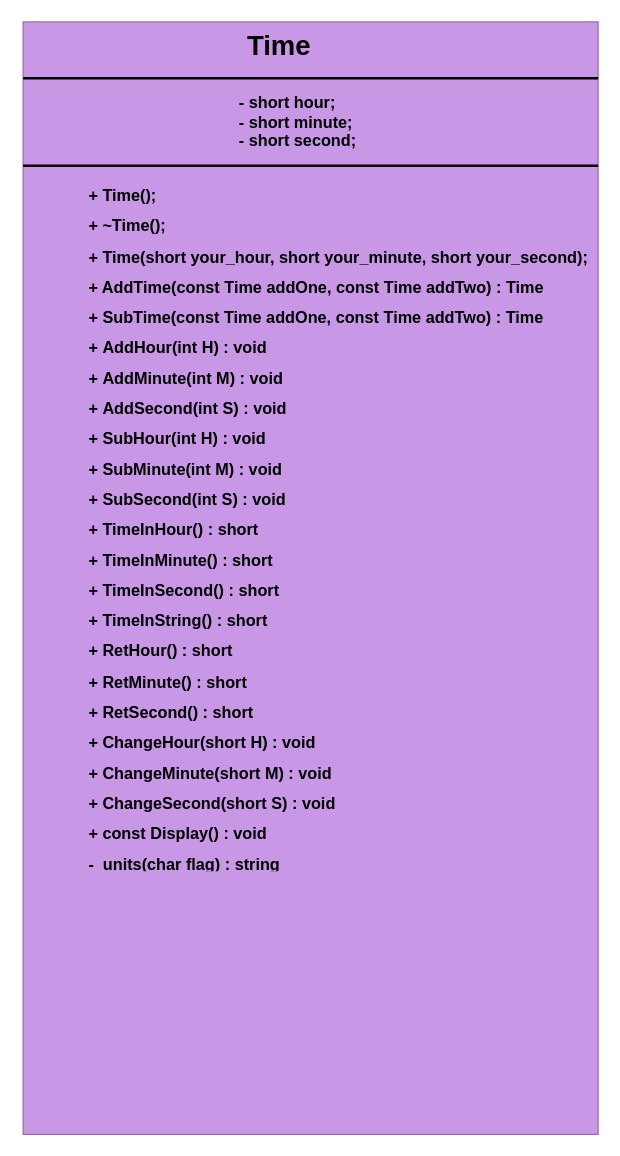
Above: ClassTime.drawio in MAXXXYMIRON/OOP_first_task (draw.io), before the change. Source tidied: cells renumbered, new cells numbered last; positions are measured from the earlier drawing's top-left corner, leaving out a move shared by most shapes. Both pictures are drawn from the tidied source at 125%, with x=0, y=0 at pixel (22, 21).
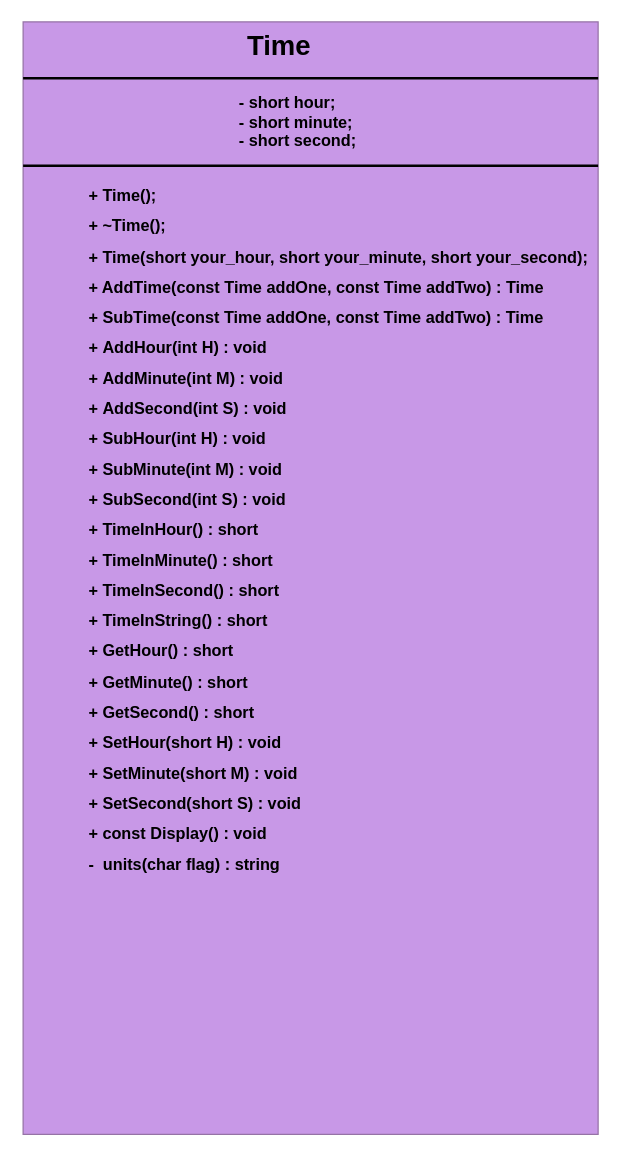
The same diagram, later.

The edit, as a diff of the source:
```diff
@@
 <mxGraphModel>
   <root>
     <mxCell id="0" />
     <mxCell id="1" parent="0" />
     <mxCell id="2" style="whiteSpace=wrap;html=1;fillColor=#C898E7;strokeColor=#9673a6;" parent="1" vertex="1">
       <mxGeometry width="460" height="890" as="geometry" />
     </mxCell>
     <mxCell id="3" style="line;strokeWidth=2;html=1;" parent="1" vertex="1">
       <mxGeometry y="40" width="460" height="10" as="geometry" />
     </mxCell>
     <mxCell id="4" style="line;strokeWidth=2;html=1;" parent="1" vertex="1">
       <mxGeometry y="110" width="460" height="10" as="geometry" />
     </mxCell>
     <mxCell id="5" value="&lt;b&gt;&lt;font style=&quot;font-size: 22px&quot;&gt;Time&lt;/font&gt;&lt;/b&gt;" style="text;html=1;strokeColor=none;fillColor=none;align=center;verticalAlign=middle;whiteSpace=wrap;rounded=0;" parent="1" vertex="1">
       <mxGeometry x="125" y="10" width="160" height="20" as="geometry" />
     </mxCell>
     <mxCell id="6" value="&lt;div style=&quot;text-align: justify&quot;&gt;&lt;span style=&quot;font-size: 13px&quot;&gt;&lt;b&gt;&lt;span style=&quot;white-space: pre&quot;&gt;&#9;&lt;/span&gt;- short hour;&lt;/b&gt;&lt;/span&gt;&lt;/div&gt;&lt;div style=&quot;text-align: justify&quot;&gt;&lt;span style=&quot;font-size: 13px&quot;&gt;&lt;b&gt;&lt;span style=&quot;white-space: pre&quot;&gt;&#9;&lt;/span&gt;- short minute;&lt;/b&gt;&lt;/span&gt;&lt;/div&gt;&lt;div style=&quot;text-align: justify&quot;&gt;&lt;span style=&quot;font-size: 13px&quot;&gt;&lt;b&gt;&lt;span style=&quot;white-space: pre&quot;&gt;&#9;&lt;/span&gt;- short second;&lt;/b&gt;&lt;/span&gt;&lt;/div&gt;" style="text;html=1;strokeColor=none;fillColor=none;align=center;verticalAlign=middle;whiteSpace=wrap;rounded=0;" parent="1" vertex="1">
       <mxGeometry x="102.5" y="40" width="205" height="80" as="geometry" />
     </mxCell>
-    <mxCell id="7" value="&lt;p style=&quot;line-height: 130%&quot;&gt;&lt;/p&gt;&lt;blockquote style=&quot;margin: 0 0 0 40px ; border: none ; padding: 0px&quot;&gt;&lt;h1 style=&quot;text-align: justify ; font-size: 13px&quot;&gt;+ Time();&lt;/h1&gt;&lt;h1 style=&quot;text-align: justify ; font-size: 13px&quot;&gt;+ ~Time();&lt;/h1&gt;&lt;h1 style=&quot;text-align: justify ; font-size: 13px&quot;&gt;+ Time(short your_hour, short your_minute, short your_second);&lt;/h1&gt;&lt;h1 style=&quot;text-align: justify ; font-size: 13px&quot;&gt;+ AddTime(const Time addOne, const Time addTwo) : Time&amp;nbsp;&lt;/h1&gt;&lt;h1 style=&quot;text-align: justify ; font-size: 13px&quot;&gt;+&amp;nbsp;SubTime(const Time addOne, const Time addTwo) : Time&amp;nbsp;&lt;/h1&gt;&lt;h1 style=&quot;text-align: justify ; font-size: 13px&quot;&gt;+&amp;nbsp;AddHour(int H)&amp;nbsp;: void&amp;nbsp;&lt;/h1&gt;&lt;h1 style=&quot;text-align: justify ; font-size: 13px&quot;&gt;+&amp;nbsp;AddMinute(int M)&amp;nbsp;: void&amp;nbsp;&lt;/h1&gt;&lt;h1 style=&quot;text-align: justify ; font-size: 13px&quot;&gt;+&amp;nbsp;AddSecond(int S)&amp;nbsp;: void&amp;nbsp;&lt;/h1&gt;&lt;h1 style=&quot;text-align: justify ; font-size: 13px&quot;&gt;+&amp;nbsp;SubHour(int H)&amp;nbsp;: void&amp;nbsp;&lt;/h1&gt;&lt;h1 style=&quot;text-align: justify ; font-size: 13px&quot;&gt;+&amp;nbsp;SubMinute(int M)&amp;nbsp;: void&amp;nbsp;&lt;/h1&gt;&lt;h1 style=&quot;text-align: justify ; font-size: 13px&quot;&gt;+&amp;nbsp;SubSecond(int S)&amp;nbsp;: void&amp;nbsp;&lt;/h1&gt;&lt;h1 style=&quot;text-align: justify ; font-size: 13px&quot;&gt;+&amp;nbsp;TimeInHour()&amp;nbsp;: short&lt;/h1&gt;&lt;h1 style=&quot;text-align: justify ; font-size: 13px&quot;&gt;+&amp;nbsp;TimeInMinute()&amp;nbsp;: short&lt;/h1&gt;&lt;h1 style=&quot;text-align: justify ; font-size: 13px&quot;&gt;+&amp;nbsp;TimeInSecond()&amp;nbsp;: short&lt;/h1&gt;&lt;h1 style=&quot;text-align: justify ; font-size: 13px&quot;&gt;+&amp;nbsp;TimeInString()&amp;nbsp;: short&lt;/h1&gt;&lt;h1 style=&quot;text-align: justify ; font-size: 13px&quot;&gt;+&amp;nbsp;RetHour()&amp;nbsp;: short&lt;/h1&gt;&lt;h1 style=&quot;text-align: justify ; font-size: 13px&quot;&gt;+&amp;nbsp;RetMinute()&amp;nbsp;: short&lt;/h1&gt;&lt;h1 style=&quot;text-align: justify ; font-size: 13px&quot;&gt;+&amp;nbsp;RetSecond() : short&lt;/h1&gt;&lt;h1 style=&quot;text-align: justify ; font-size: 13px&quot;&gt;+&amp;nbsp;ChangeHour(short H)&amp;nbsp;: void&amp;nbsp;&lt;/h1&gt;&lt;h1 style=&quot;text-align: justify ; font-size: 13px&quot;&gt;+&amp;nbsp;ChangeMinute(short M)&amp;nbsp;: void&amp;nbsp;&lt;/h1&gt;&lt;h1 style=&quot;text-align: justify ; font-size: 13px&quot;&gt;+&amp;nbsp;ChangeSecond(short S)&amp;nbsp;: void&amp;nbsp;&lt;/h1&gt;&lt;h1 style=&quot;text-align: justify ; font-size: 13px&quot;&gt;+&amp;nbsp;const Display() : void&lt;/h1&gt;&lt;h1 style=&quot;text-align: justify ; font-size: 13px&quot;&gt;-&amp;nbsp;&amp;nbsp;units(char flag) : string&lt;/h1&gt;&lt;h1 style=&quot;text-align: justify ; font-size: 13px&quot;&gt;&amp;nbsp;&lt;/h1&gt;&lt;h1 style=&quot;text-align: justify ; font-size: 13px&quot;&gt;&amp;nbsp;&lt;/h1&gt;&lt;/blockquote&gt;&lt;p&gt;&lt;/p&gt;" style="text;html=1;strokeColor=none;fillColor=none;spacing=5;spacingTop=-20;whiteSpace=wrap;overflow=hidden;rounded=0;align=center;" parent="1" vertex="1">
-      <mxGeometry x="5" y="130" width="455" height="550" as="geometry" />
+    <mxCell id="7" value="&lt;p style=&quot;line-height: 130%&quot;&gt;&lt;/p&gt;&lt;blockquote style=&quot;margin: 0 0 0 40px ; border: none ; padding: 0px&quot;&gt;&lt;h1 style=&quot;text-align: justify ; font-size: 13px&quot;&gt;+ Time();&lt;/h1&gt;&lt;h1 style=&quot;text-align: justify ; font-size: 13px&quot;&gt;+ ~Time();&lt;/h1&gt;&lt;h1 style=&quot;text-align: justify ; font-size: 13px&quot;&gt;+ Time(short your_hour, short your_minute, short your_second);&lt;/h1&gt;&lt;h1 style=&quot;text-align: justify ; font-size: 13px&quot;&gt;+ AddTime(const Time addOne, const Time addTwo) : Time&amp;nbsp;&lt;/h1&gt;&lt;h1 style=&quot;text-align: justify ; font-size: 13px&quot;&gt;+&amp;nbsp;SubTime(const Time addOne, const Time addTwo) : Time&amp;nbsp;&lt;/h1&gt;&lt;h1 style=&quot;text-align: justify ; font-size: 13px&quot;&gt;+&amp;nbsp;AddHour(int H)&amp;nbsp;: void&amp;nbsp;&lt;/h1&gt;&lt;h1 style=&quot;text-align: justify ; font-size: 13px&quot;&gt;+&amp;nbsp;AddMinute(int M)&amp;nbsp;: void&amp;nbsp;&lt;/h1&gt;&lt;h1 style=&quot;text-align: justify ; font-size: 13px&quot;&gt;+&amp;nbsp;AddSecond(int S)&amp;nbsp;: void&amp;nbsp;&lt;/h1&gt;&lt;h1 style=&quot;text-align: justify ; font-size: 13px&quot;&gt;+&amp;nbsp;SubHour(int H)&amp;nbsp;: void&amp;nbsp;&lt;/h1&gt;&lt;h1 style=&quot;text-align: justify ; font-size: 13px&quot;&gt;+&amp;nbsp;SubMinute(int M)&amp;nbsp;: void&amp;nbsp;&lt;/h1&gt;&lt;h1 style=&quot;text-align: justify ; font-size: 13px&quot;&gt;+&amp;nbsp;SubSecond(int S)&amp;nbsp;: void&amp;nbsp;&lt;/h1&gt;&lt;h1 style=&quot;text-align: justify ; font-size: 13px&quot;&gt;+&amp;nbsp;TimeInHour()&amp;nbsp;: short&lt;/h1&gt;&lt;h1 style=&quot;text-align: justify ; font-size: 13px&quot;&gt;+&amp;nbsp;TimeInMinute()&amp;nbsp;: short&lt;/h1&gt;&lt;h1 style=&quot;text-align: justify ; font-size: 13px&quot;&gt;+&amp;nbsp;TimeInSecond()&amp;nbsp;: short&lt;/h1&gt;&lt;h1 style=&quot;text-align: justify ; font-size: 13px&quot;&gt;+&amp;nbsp;TimeInString()&amp;nbsp;: short&lt;/h1&gt;&lt;h1 style=&quot;text-align: justify ; font-size: 13px&quot;&gt;+ GetHour()&amp;nbsp;: short&lt;/h1&gt;&lt;h1 style=&quot;text-align: justify ; font-size: 13px&quot;&gt;+ GetMinute()&amp;nbsp;: short&lt;/h1&gt;&lt;h1 style=&quot;text-align: justify ; font-size: 13px&quot;&gt;+ GetSecond() : short&lt;/h1&gt;&lt;h1 style=&quot;text-align: justify ; font-size: 13px&quot;&gt;+ SetHour(short H)&amp;nbsp;: void&amp;nbsp;&lt;/h1&gt;&lt;h1 style=&quot;text-align: justify ; font-size: 13px&quot;&gt;+ SetMinute(short M)&amp;nbsp;: void&amp;nbsp;&lt;/h1&gt;&lt;h1 style=&quot;text-align: justify ; font-size: 13px&quot;&gt;+ SetSecond(short S)&amp;nbsp;: void&amp;nbsp;&lt;/h1&gt;&lt;h1 style=&quot;text-align: justify ; font-size: 13px&quot;&gt;+&amp;nbsp;const Display() : void&lt;/h1&gt;&lt;h1 style=&quot;text-align: justify ; font-size: 13px&quot;&gt;-&amp;nbsp;&amp;nbsp;units(char flag) : string&lt;/h1&gt;&lt;h1 style=&quot;text-align: justify ; font-size: 13px&quot;&gt;&amp;nbsp;&lt;/h1&gt;&lt;h1 style=&quot;text-align: justify ; font-size: 13px&quot;&gt;&amp;nbsp;&lt;/h1&gt;&lt;/blockquote&gt;&lt;p&gt;&lt;/p&gt;" style="text;html=1;strokeColor=none;fillColor=none;spacing=5;spacingTop=-20;whiteSpace=wrap;overflow=hidden;rounded=0;align=center;" parent="1" vertex="1">
+      <mxGeometry x="5" y="130" width="455" height="730" as="geometry" />
     </mxCell>
   </root>
 </mxGraphModel>
```
